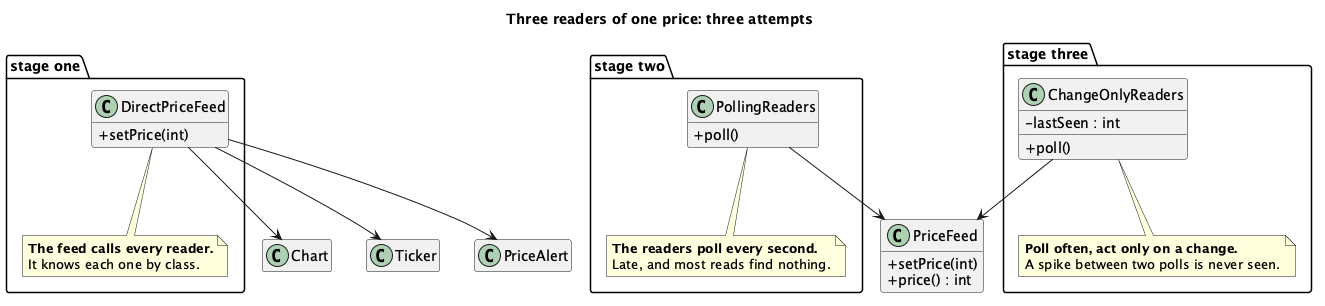
Above: src/main/java/dev/kaldiroglu/dp/behavioral/observer/price/uml/Observer - Price (Problem) - Class Diagram.png in kaldiroglu/DesignPatternsWithJava (PlantUML), before the change.
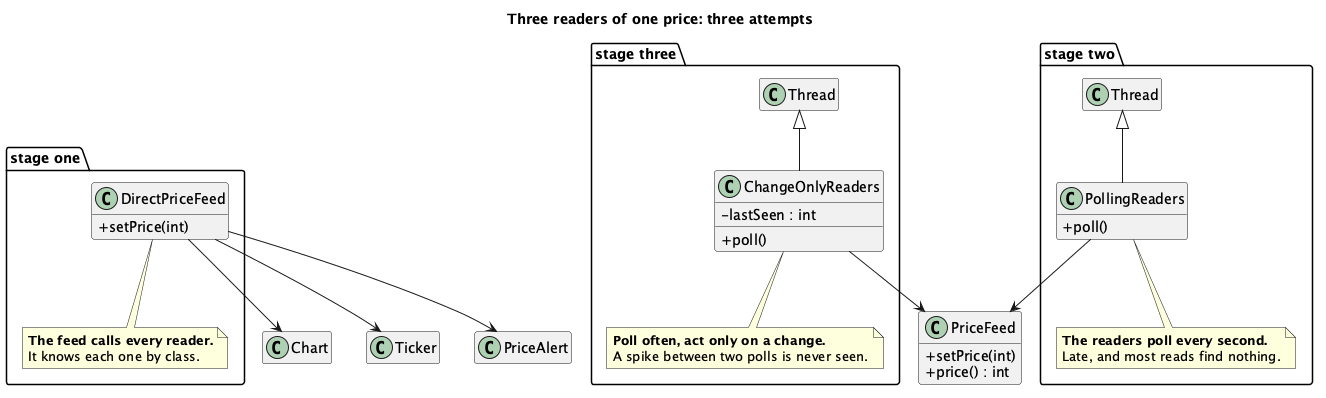
Later version of the same file.

Diff of the diagram source:
```diff
@@ -1,4 +1,4 @@
-@startuml "Observer - Price (Problem) - Class Diagram"
+@startuml
 skinparam classAttributeIconSize 0
 hide empty members
 title Three readers of one price: three attempts
@@ -12,7 +12,7 @@
   end note
 }
 package "stage two" {
-  class PollingReaders {
+  class PollingReaders extends Thread {
     + poll()
   }
   note bottom of PollingReaders
@@ -21,7 +21,7 @@
   end note
 }
 package "stage three" {
-  class ChangeOnlyReaders {
+  class ChangeOnlyReaders extends Thread {
     - lastSeen : int
     + poll()
   }
```
